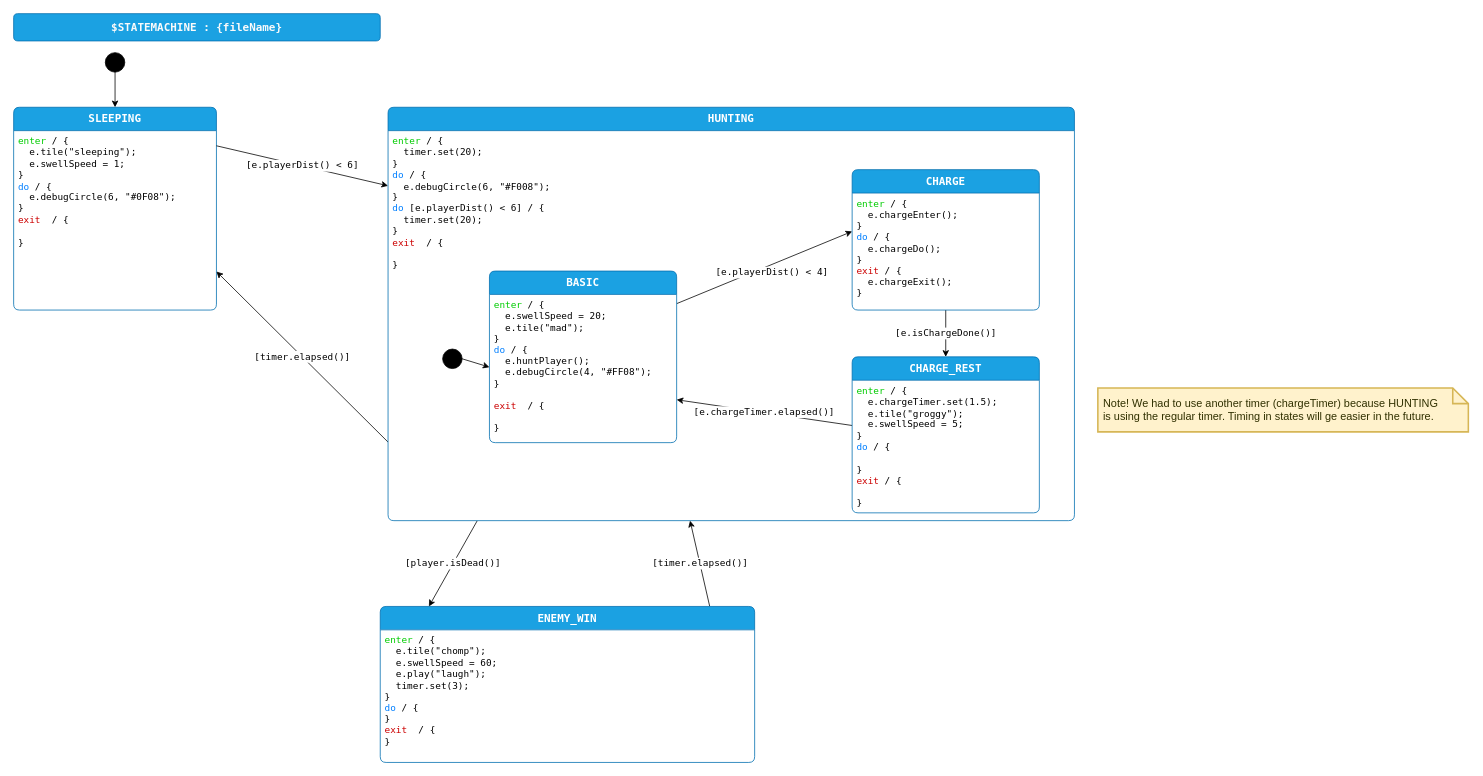
adamfk/game-fsm-examples keeps this draw.io diagram as page "design" (1 of 3) of enemy2/Enemy2Sm.drawio. Above is the earlier version. Source tidied: cells renumbered, new cells numbered last; positions are measured from the earlier drawing's top-left corner, leaving out a move shared by most shapes. Both pictures are drawn from the tidied source at 78%, with x=0, y=0 at pixel (13, 13).
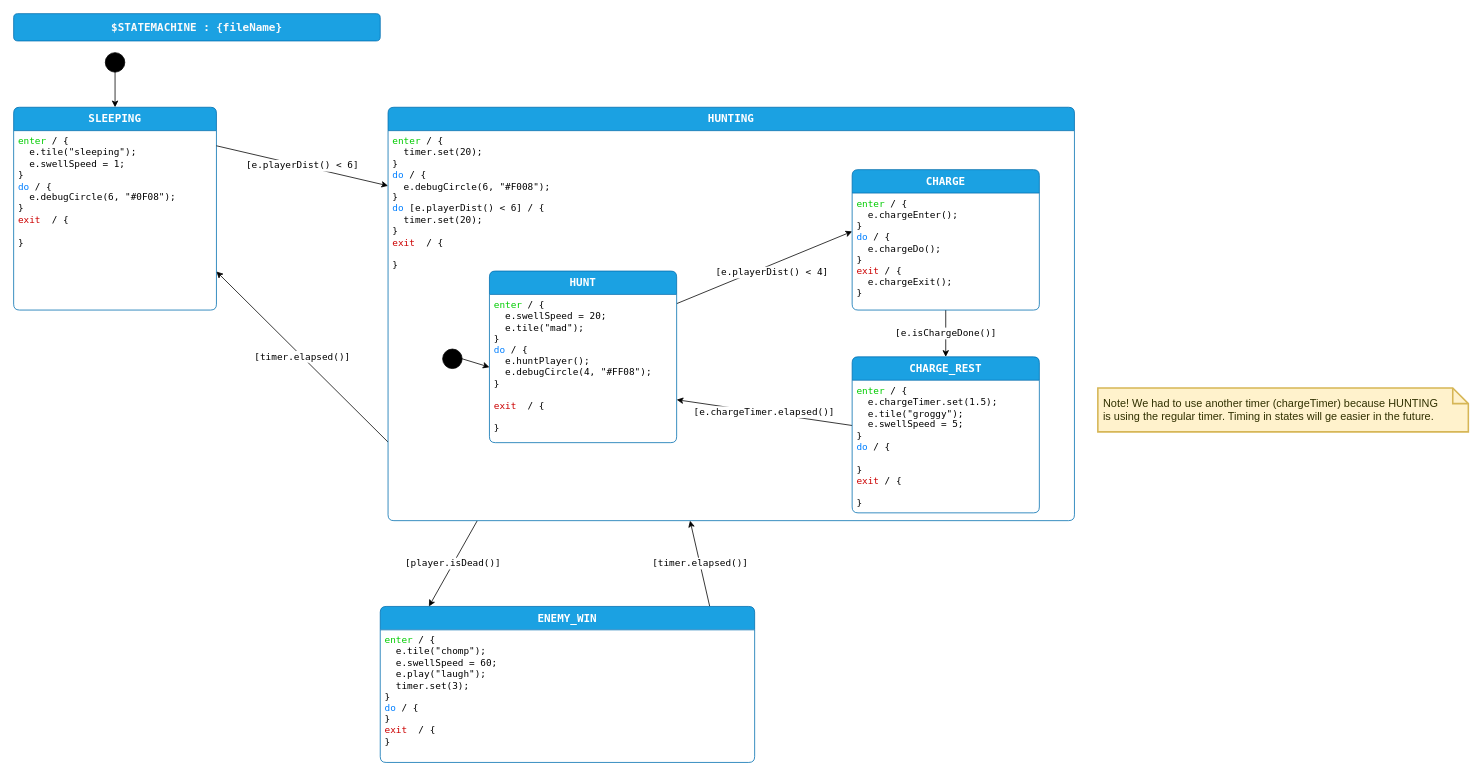
The same page after the edit.

Unchanged cells that the change refers to:
```xml
<mxCell id="9" value="HUNTING" style="shape=swimlane;align=center;verticalAlign=top;fontFamily=Lucida Console;startSize=30;fontSize=14;fontStyle=1;fontColor=#ffffff;fillColor=#1ba1e2;swimlaneFillColor=default;rounded=1;arcSize=15;absoluteArcSize=1;points=[[0,0,0,0,0],[0,0.06,0,0,0],[0,0.13,0,0,0],[0,0.19,0,0,0],[0,0.25,0,0,0],[0,0.31,0,0,0],[0,0.38,0,0,0],[0,0.44,0,0,0],[0,0.5,0,0,0],[0,0.56,0,0,0],[0,0.63,0,0,0],[0,0.69,0,0,0],[0,0.75,0,0,0],[0,0.81,0,0,0],[0,0.88,0,0,0],[0,0.94,0,0,0],[0,1,0,0,0],[0.06,0,0,0,0],[0.06,1,0,0,0],[0.13,0,0,0,0],[0.13,1,0,0,0],[0.19,0,0,0,0],[0.19,1,0,0,0],[0.25,0,0,0,0],[0.25,1,0,0,0],[0.31,0,0,0,0],[0.31,1,0,0,0],[0.38,0,0,0,0],[0.38,1,0,0,0],[0.44,0,0,0,0],[0.44,1,0,0,0],[0.5,0,0,0,0],[0.5,1,0,0,0],[0.56,0,0,0,0],[0.56,1,0,0,0],[0.63,0,0,0,0],[0.63,1,0,0,0],[0.69,0,0,0,0],[0.69,1,0,0,0],[0.75,0,0,0,0],[0.75,1,0,0,0],[0.81,0,0,0,0],[0.81,1,0,0,0],[0.88,0,0,0,0],[0.88,1,0,0,0],[0.94,0,0,0,0],[0.94,1,0,0,0],[1,0,0,0,0],[1,0.06,0,0,0],[1,0.13,0,0,0],[1,0.19,0,0,0],[1,0.25,0,0,0],[1,0.31,0,0,0],[1,0.38,0,0,0],[1,0.44,0,0,0],[1,0.5,0,0,0],[1,0.56,0,0,0],[1,0.63,0,0,0],[1,0.69,0,0,0],[1,0.75,0,0,0],[1,0.81,0,0,0],[1,0.88,0,0,0],[1,0.94,0,0,0],[1,1,0,0,0]];strokeColor=#006EAF;labelBackgroundColor=none;" parent="1" vertex="1">
  <mxGeometry x="480" y="120" width="880" height="530" as="geometry" />
</mxCell>
```

Change to the diagram source:
```diff
@@
-    <mxCell id="12" value="BASIC" style="shape=swimlane;align=center;verticalAlign=top;fontFamily=Lucida Console;startSize=30;fontSize=14;fontStyle=1;fontColor=#ffffff;fillColor=#1ba1e2;swimlaneFillColor=default;rounded=1;arcSize=15;absoluteArcSize=1;points=[[0,0,0,0,0],[0,0.06,0,0,0],[0,0.13,0,0,0],[0,0.19,0,0,0],[0,0.25,0,0,0],[0,0.31,0,0,0],[0,0.38,0,0,0],[0,0.44,0,0,0],[0,0.5,0,0,0],[0,0.56,0,0,0],[0,0.63,0,0,0],[0,0.69,0,0,0],[0,0.75,0,0,0],[0,0.81,0,0,0],[0,0.88,0,0,0],[0,0.94,0,0,0],[0,1,0,0,0],[0.06,0,0,0,0],[0.06,1,0,0,0],[0.13,0,0,0,0],[0.13,1,0,0,0],[0.19,0,0,0,0],[0.19,1,0,0,0],[0.25,0,0,0,0],[0.25,1,0,0,0],[0.31,0,0,0,0],[0.31,1,0,0,0],[0.38,0,0,0,0],[0.38,1,0,0,0],[0.44,0,0,0,0],[0.44,1,0,0,0],[0.5,0,0,0,0],[0.5,1,0,0,0],[0.56,0,0,0,0],[0.56,1,0,0,0],[0.63,0,0,0,0],[0.63,1,0,0,0],[0.69,0,0,0,0],[0.69,1,0,0,0],[0.75,0,0,0,0],[0.75,1,0,0,0],[0.81,0,0,0,0],[0.81,1,0,0,0],[0.88,0,0,0,0],[0.88,1,0,0,0],[0.94,0,0,0,0],[0.94,1,0,0,0],[1,0,0,0,0],[1,0.06,0,0,0],[1,0.13,0,0,0],[1,0.19,0,0,0],[1,0.25,0,0,0],[1,0.31,0,0,0],[1,0.38,0,0,0],[1,0.44,0,0,0],[1,0.5,0,0,0],[1,0.56,0,0,0],[1,0.63,0,0,0],[1,0.69,0,0,0],[1,0.75,0,0,0],[1,0.81,0,0,0],[1,0.88,0,0,0],[1,0.94,0,0,0],[1,1,0,0,0]];strokeColor=#006EAF;labelBackgroundColor=none;" parent="9" vertex="1">
+    <mxCell id="12" value="HUNT" style="shape=swimlane;align=center;verticalAlign=top;fontFamily=Lucida Console;startSize=30;fontSize=14;fontStyle=1;fontColor=#ffffff;fillColor=#1ba1e2;swimlaneFillColor=default;rounded=1;arcSize=15;absoluteArcSize=1;points=[[0,0,0,0,0],[0,0.06,0,0,0],[0,0.13,0,0,0],[0,0.19,0,0,0],[0,0.25,0,0,0],[0,0.31,0,0,0],[0,0.38,0,0,0],[0,0.44,0,0,0],[0,0.5,0,0,0],[0,0.56,0,0,0],[0,0.63,0,0,0],[0,0.69,0,0,0],[0,0.75,0,0,0],[0,0.81,0,0,0],[0,0.88,0,0,0],[0,0.94,0,0,0],[0,1,0,0,0],[0.06,0,0,0,0],[0.06,1,0,0,0],[0.13,0,0,0,0],[0.13,1,0,0,0],[0.19,0,0,0,0],[0.19,1,0,0,0],[0.25,0,0,0,0],[0.25,1,0,0,0],[0.31,0,0,0,0],[0.31,1,0,0,0],[0.38,0,0,0,0],[0.38,1,0,0,0],[0.44,0,0,0,0],[0.44,1,0,0,0],[0.5,0,0,0,0],[0.5,1,0,0,0],[0.56,0,0,0,0],[0.56,1,0,0,0],[0.63,0,0,0,0],[0.63,1,0,0,0],[0.69,0,0,0,0],[0.69,1,0,0,0],[0.75,0,0,0,0],[0.75,1,0,0,0],[0.81,0,0,0,0],[0.81,1,0,0,0],[0.88,0,0,0,0],[0.88,1,0,0,0],[0.94,0,0,0,0],[0.94,1,0,0,0],[1,0,0,0,0],[1,0.06,0,0,0],[1,0.13,0,0,0],[1,0.19,0,0,0],[1,0.25,0,0,0],[1,0.31,0,0,0],[1,0.38,0,0,0],[1,0.44,0,0,0],[1,0.5,0,0,0],[1,0.56,0,0,0],[1,0.63,0,0,0],[1,0.69,0,0,0],[1,0.75,0,0,0],[1,0.81,0,0,0],[1,0.88,0,0,0],[1,0.94,0,0,0],[1,1,0,0,0]];strokeColor=#006EAF;labelBackgroundColor=none;" parent="9" vertex="1">
       <mxGeometry x="130" y="210" width="240" height="220" as="geometry" />
     </mxCell>
```
